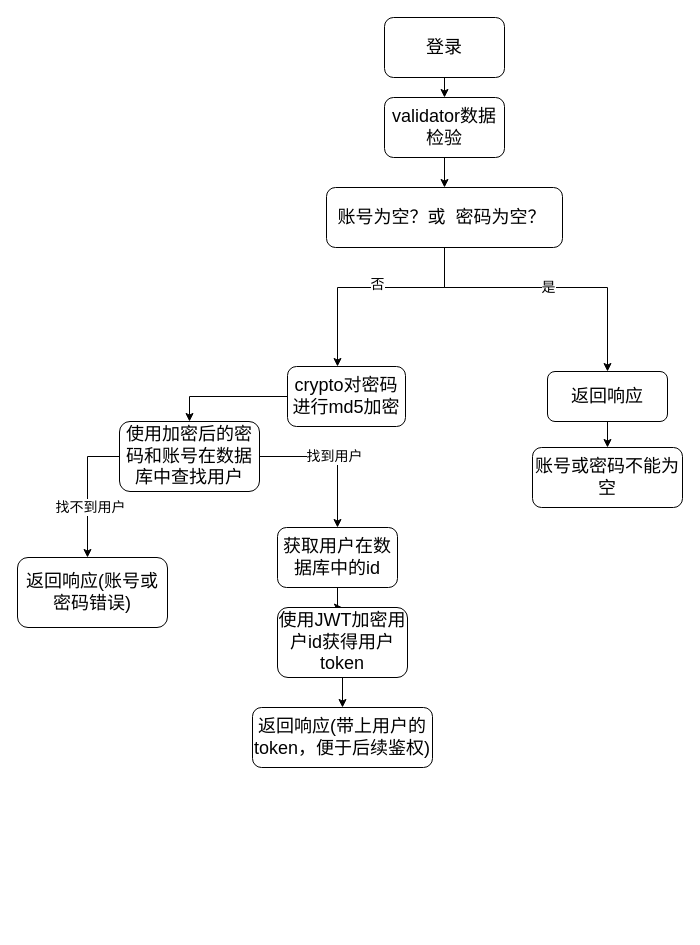
AdhereZ/graph keeps this draw.io diagram as 登录流程图.drawio. Above is the earlier version. Source tidied: cells renumbered, new cells numbered last; positions are measured from the earlier drawing's top-left corner, leaving out a move shared by most shapes. Both pictures are drawn from the tidied source at 100%, with x=0, y=0 at pixel (17, 17).
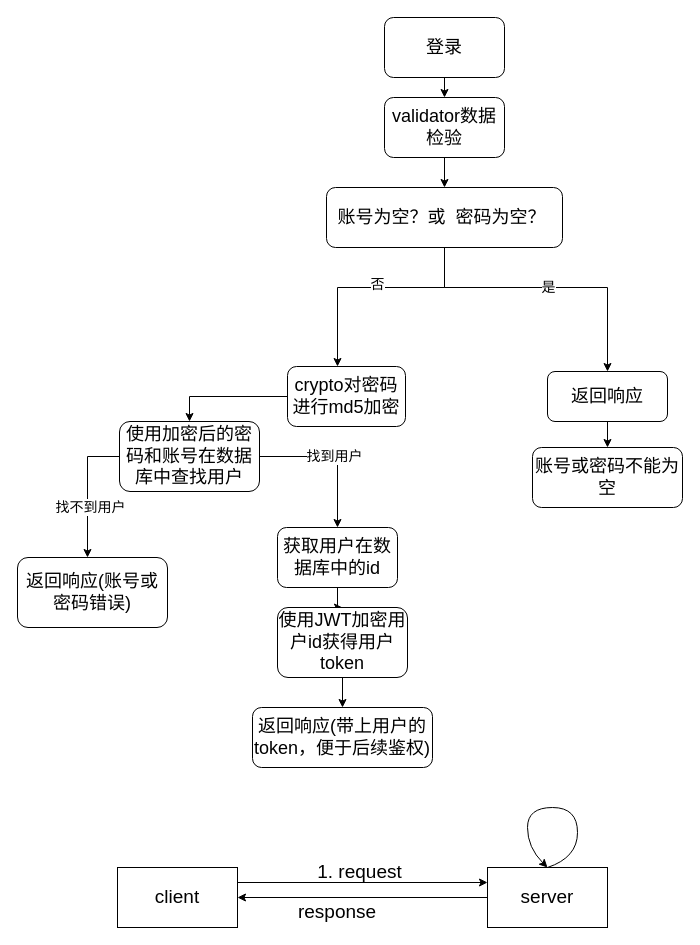
Above is the later version.

Commit message:
更新登录流程图.drawio

Diff of the diagram source:
```diff
@@
+    <mxCell id="25" value="&lt;font style=&quot;font-size: 19px;&quot;&gt;client&lt;/font&gt;" style="rounded=0;whiteSpace=wrap;html=1;" parent="1" vertex="1">
+      <mxGeometry x="100" y="850" width="120" height="60" as="geometry" />
+    </mxCell>
+    <mxCell id="26" value="&lt;font style=&quot;font-size: 19px;&quot;&gt;server&lt;/font&gt;" style="rounded=0;whiteSpace=wrap;html=1;" parent="1" vertex="1">
+      <mxGeometry x="470" y="850" width="120" height="60" as="geometry" />
+    </mxCell>
+    <mxCell id="27" style="endArrow=classic;html=1;rounded=0;fontSize=19;exitX=1;exitY=0.25;exitDx=0;exitDy=0;entryX=0;entryY=0.25;entryDx=0;entryDy=0;" parent="1" edge="1" source="25" target="26">
+      <mxGeometry relative="1" as="geometry" />
+    </mxCell>
+    <mxCell id="28" style="endArrow=classic;html=1;rounded=0;fontSize=19;" parent="1" edge="1" source="26" target="25">
+      <mxGeometry relative="1" as="geometry" />
+    </mxCell>
+    <mxCell id="29" value="1. request" style="text;html=1;strokeColor=none;fillColor=none;align=center;verticalAlign=middle;whiteSpace=wrap;rounded=0;fontSize=19;" parent="1" vertex="1">
+      <mxGeometry x="295" y="840" width="95" height="30" as="geometry" />
+    </mxCell>
+    <mxCell id="30" value="response" style="text;html=1;strokeColor=none;fillColor=none;align=center;verticalAlign=middle;whiteSpace=wrap;rounded=0;fontSize=19;" parent="1" vertex="1">
+      <mxGeometry x="290" y="880" width="60" height="30" as="geometry" />
+    </mxCell>
+    <mxCell id="31" style="curved=1;endArrow=classic;html=1;fontSize=19;exitX=0.5;exitY=0;exitDx=0;exitDy=0;entryX=0.5;entryY=0;entryDx=0;entryDy=0;" parent="1" edge="1" source="26" target="26">
+      <mxGeometry relative="1" as="geometry">
+        <Array as="points">
+          <mxPoint x="560" y="840" />
+          <mxPoint x="560" y="790" />
+          <mxPoint x="510" y="790" />
+          <mxPoint x="510" y="830" />
+        </Array>
+      </mxGeometry>
+    </mxCell>
```
